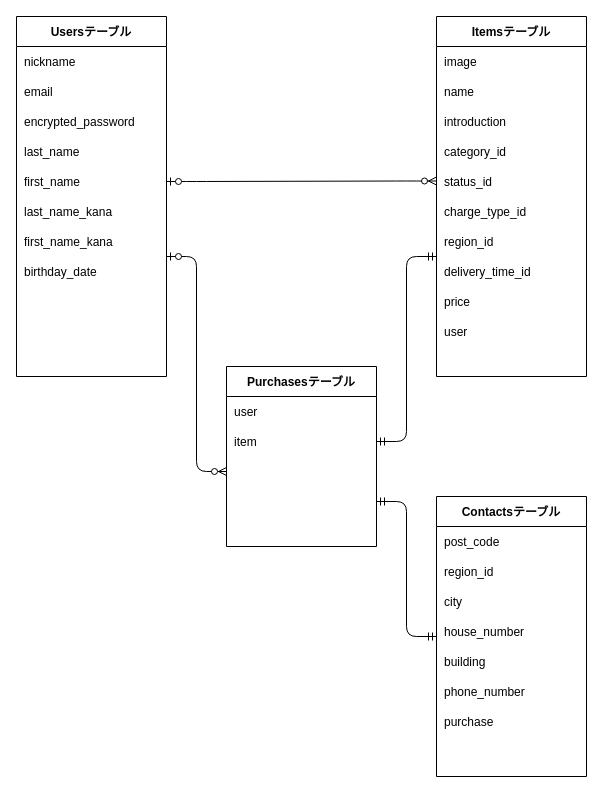
Above: database.dio in JackieZHU316/furima-37930 (draw.io), before the change. Source tidied: cells renumbered, new cells numbered last; positions are measured from the earlier drawing's top-left corner, leaving out a move shared by most shapes. Both pictures are drawn from the tidied source at 100%, with x=0, y=0 at pixel (16, 16).
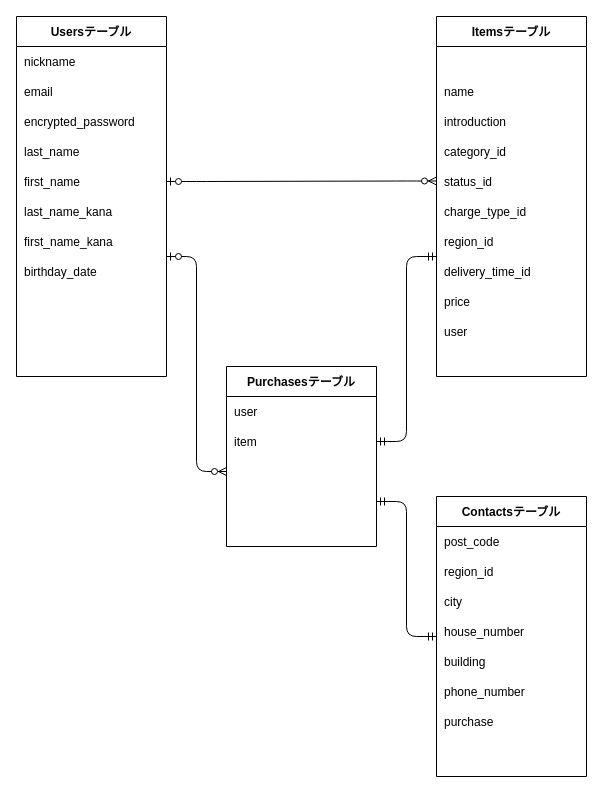
The same diagram, later.

Commit message (it also covers changes not shown here):
メンターからのコメントに対して修正2_データベース

Unchanged cells that the change refers to:
```xml
<mxCell id="18" style="shape=partialRectangle;fillColor=none;top=0;left=0;bottom=0;right=0;" parent="17" vertex="1">
  <mxGeometry y="30" width="150" height="30" as="geometry" />
</mxCell>
```

The edit, as a diff of the source:
```diff
@@
-    <mxCell id="19" value="image" style="shape=partialRectangle;fillColor=none;top=0;left=0;bottom=0;right=0;align=left;spacingLeft=6;overflow=hidden;" parent="18" vertex="1">
+    <mxCell id="19" style="shape=partialRectangle;fillColor=none;top=0;left=0;bottom=0;right=0;align=left;spacingLeft=6;overflow=hidden;" parent="18" vertex="1">
       <mxGeometry width="150" height="30" as="geometry" />
     </mxCell>
```
